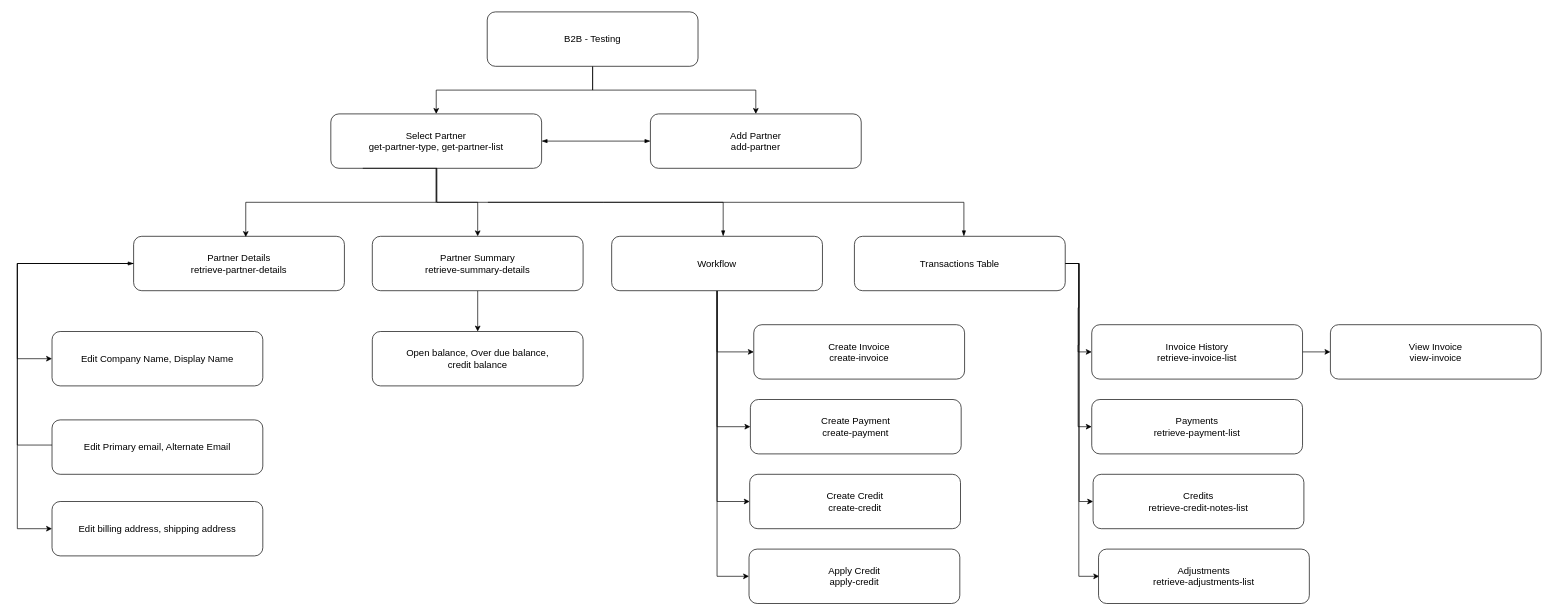
This is github-test.drawio from msgtobala/draw-io, a draw.io file, before an edit. Source tidied: cells renumbered, new cells numbered last; positions are measured from the earlier drawing's top-left corner, leaving out a move shared by most shapes. Both pictures are drawn from the tidied source at 68%, with x=0, y=0 at pixel (17, 12).
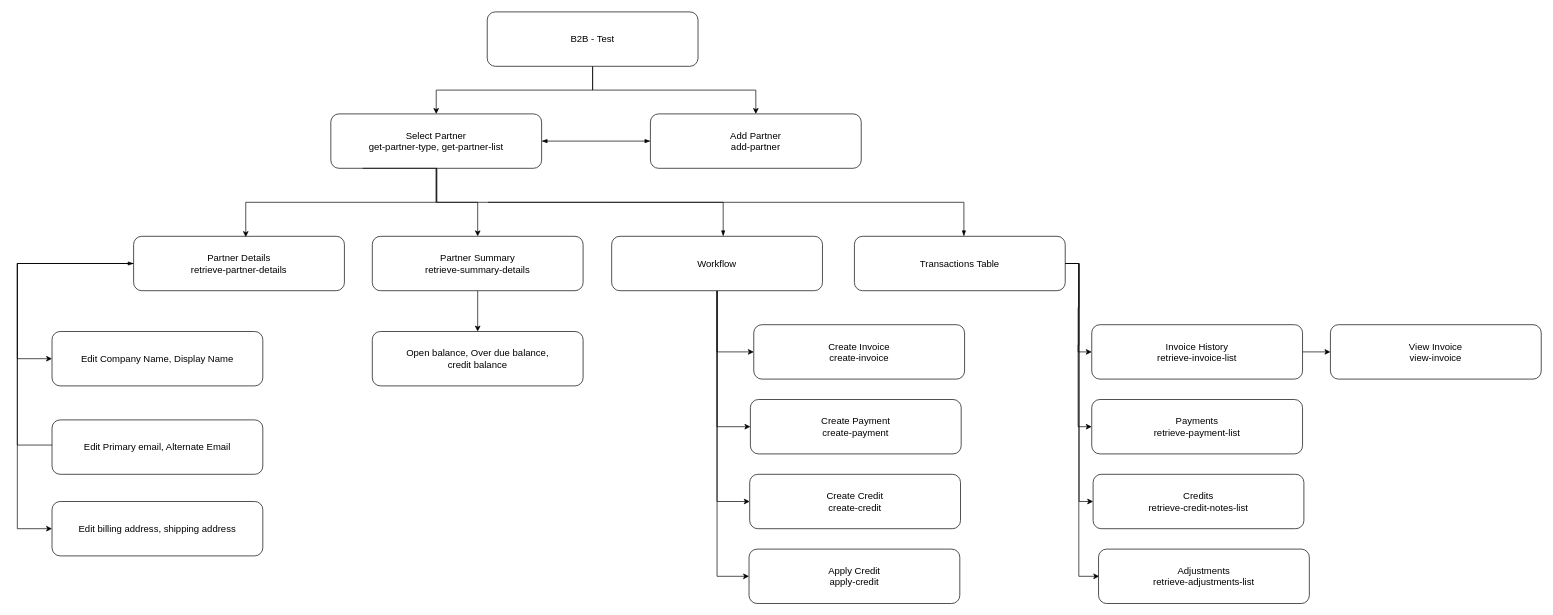
The same page after the edit.

What changed in the source:
```diff
@@
-    <mxCell id="4" value="&lt;font style=&quot;font-size: 14px;&quot;&gt;B2B - Testing&lt;/font&gt;" style="rounded=1;whiteSpace=wrap;html=1;" parent="1" vertex="1">
+    <mxCell id="4" value="&lt;font style=&quot;font-size: 14px;&quot;&gt;B2B - Test&lt;/font&gt;" style="rounded=1;whiteSpace=wrap;html=1;" parent="1" vertex="1">
       <mxGeometry x="691" width="310" height="80" as="geometry" />
     </mxCell>
```
